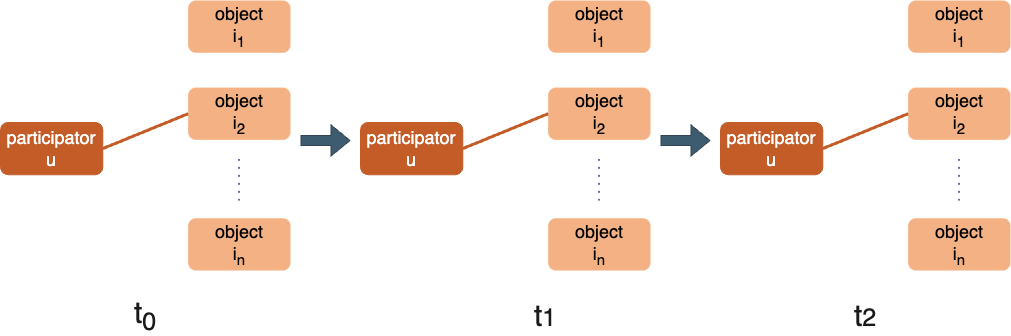
Above: figures/04_DynamicGraph.png in AnnaJiang1308/TUM-Thesis-for-Informatics-Template (draw.io), before the change. Source tidied: cells renumbered, new cells last; positions are measured from the earlier drawing's top-left corner, leaving out a move shared by most shapes.
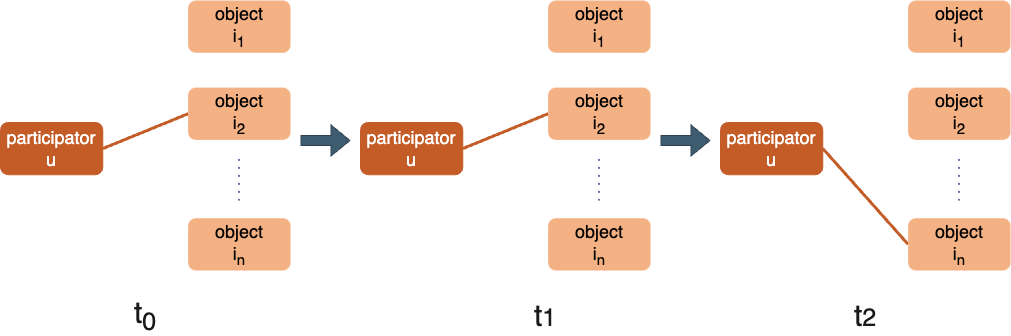
The same file after the commit.

What changed in the source:
```diff
@@ -75,31 +75,28 @@
     <mxCell id="20" value="&lt;span style=&quot;font-size: 18px;&quot;&gt;object&lt;/span&gt;&lt;div&gt;&lt;span style=&quot;font-size: 18px;&quot;&gt;i&lt;sub&gt;n&lt;/sub&gt;&lt;/span&gt;&lt;/div&gt;" style="rounded=1;whiteSpace=wrap;html=1;strokeColor=none;fillColor=#F4B183;verticalAlign=middle;" parent="14" vertex="1">
       <mxGeometry x="187.6" y="217.7" width="102.4" height="52.3" as="geometry" />
     </mxCell>
-    <mxCell id="21" style="group;verticalAlign=middle;strokeColor=none;" parent="1" vertex="1">
-      <mxGeometry x="720" width="290" height="270" as="geometry" />
-    </mxCell>
-    <mxCell id="22" value="&lt;font style=&quot;font-size: 18px;&quot;&gt;participator&lt;/font&gt;&lt;div style=&quot;font-size: 18px;&quot;&gt;u&lt;/div&gt;" style="rounded=1;whiteSpace=wrap;html=1;strokeColor=#C45C28;fillColor=#C45C28;verticalAlign=middle;fontColor=#FFFFFF;" parent="21" vertex="1">
-      <mxGeometry y="121.9" width="102.4" height="52.3" as="geometry" />
+    <mxCell id="22" value="&lt;font style=&quot;font-size: 18px;&quot;&gt;participator&lt;/font&gt;&lt;div style=&quot;font-size: 18px;&quot;&gt;u&lt;/div&gt;" style="rounded=1;whiteSpace=wrap;html=1;strokeColor=#C45C28;fillColor=#C45C28;verticalAlign=middle;fontColor=#FFFFFF;" parent="1" vertex="1">
+      <mxGeometry x="720" y="121.9" width="102.4" height="52.3" as="geometry" />
     </mxCell>
-    <mxCell id="23" value="&lt;span style=&quot;font-size: 18px;&quot;&gt;object&lt;/span&gt;&lt;div&gt;&lt;span style=&quot;font-size: 18px;&quot;&gt;i&lt;sub&gt;2&lt;/sub&gt;&lt;/span&gt;&lt;/div&gt;" style="rounded=1;whiteSpace=wrap;html=1;strokeColor=none;fillColor=#F4B183;verticalAlign=middle;" parent="21" vertex="1">
-      <mxGeometry x="187.6" y="87.1" width="102.4" height="52.3" as="geometry" />
+    <mxCell id="23" value="&lt;span style=&quot;font-size: 18px;&quot;&gt;object&lt;/span&gt;&lt;div&gt;&lt;span style=&quot;font-size: 18px;&quot;&gt;i&lt;sub&gt;2&lt;/sub&gt;&lt;/span&gt;&lt;/div&gt;" style="rounded=1;whiteSpace=wrap;html=1;strokeColor=none;fillColor=#F4B183;verticalAlign=middle;" parent="1" vertex="1">
+      <mxGeometry x="907.6" y="87.1" width="102.4" height="52.3" as="geometry" />
     </mxCell>
-    <mxCell id="24" value="&lt;span style=&quot;font-size: 18px;&quot;&gt;object&lt;/span&gt;&lt;div&gt;&lt;span style=&quot;font-size: 18px;&quot;&gt;i&lt;sub&gt;1&lt;/sub&gt;&lt;/span&gt;&lt;/div&gt;" style="rounded=1;whiteSpace=wrap;html=1;strokeColor=none;fillColor=#f4b183;verticalAlign=middle;" parent="21" vertex="1">
-      <mxGeometry x="187.6" width="102.4" height="52.3" as="geometry" />
+    <mxCell id="24" value="&lt;span style=&quot;font-size: 18px;&quot;&gt;object&lt;/span&gt;&lt;div&gt;&lt;span style=&quot;font-size: 18px;&quot;&gt;i&lt;sub&gt;1&lt;/sub&gt;&lt;/span&gt;&lt;/div&gt;" style="rounded=1;whiteSpace=wrap;html=1;strokeColor=none;fillColor=#f4b183;verticalAlign=middle;" parent="1" vertex="1">
+      <mxGeometry x="907.6" width="102.4" height="52.3" as="geometry" />
     </mxCell>
-    <mxCell id="25" style="endArrow=none;dashed=1;html=1;dashPattern=1 3;strokeWidth=2;rounded=0;strokeColor=#736CA8;fontColor=#1A1A1A;verticalAlign=middle;" parent="21" edge="1">
+    <mxCell id="25" style="endArrow=none;dashed=1;html=1;dashPattern=1 3;strokeWidth=2;rounded=0;strokeColor=#736CA8;fontColor=#1A1A1A;verticalAlign=middle;" parent="1" edge="1">
       <mxGeometry relative="1" as="geometry">
-        <mxPoint x="238.4" y="200.3" as="sourcePoint" />
-        <mxPoint x="238.4" y="156.8" as="targetPoint" />
+        <mxPoint x="958.4" y="200.3" as="sourcePoint" />
+        <mxPoint x="958.4" y="156.8" as="targetPoint" />
       </mxGeometry>
     </mxCell>
-    <mxCell id="26" style="endArrow=none;html=1;rounded=0;strokeColor=#C45C28;fontColor=#1A1A1A;entryX=0;entryY=0.5;entryDx=0;entryDy=0;fillColor=#1ba1e2;strokeWidth=3;verticalAlign=middle;" parent="21" edge="1" target="23">
+    <mxCell id="26" style="endArrow=none;html=1;rounded=0;strokeColor=#C45C28;fontColor=#1A1A1A;entryX=0;entryY=0.5;entryDx=0;entryDy=0;fillColor=#1ba1e2;strokeWidth=3;verticalAlign=middle;" parent="1" edge="1" target="27">
       <mxGeometry relative="1" as="geometry">
-        <mxPoint x="102.4" y="148.1" as="sourcePoint" />
+        <mxPoint x="822.4" y="148.1" as="sourcePoint" />
       </mxGeometry>
     </mxCell>
-    <mxCell id="27" value="&lt;span style=&quot;font-size: 18px;&quot;&gt;object&lt;/span&gt;&lt;div&gt;&lt;span style=&quot;font-size: 18px;&quot;&gt;i&lt;sub&gt;n&lt;/sub&gt;&lt;/span&gt;&lt;/div&gt;" style="rounded=1;whiteSpace=wrap;html=1;strokeColor=none;fillColor=#F4B183;verticalAlign=middle;" parent="21" vertex="1">
-      <mxGeometry x="187.6" y="217.7" width="102.4" height="52.3" as="geometry" />
+    <mxCell id="27" value="&lt;span style=&quot;font-size: 18px;&quot;&gt;object&lt;/span&gt;&lt;div&gt;&lt;span style=&quot;font-size: 18px;&quot;&gt;i&lt;sub&gt;n&lt;/sub&gt;&lt;/span&gt;&lt;/div&gt;" style="rounded=1;whiteSpace=wrap;html=1;strokeColor=none;fillColor=#F4B183;verticalAlign=middle;" parent="1" vertex="1">
+      <mxGeometry x="907.6" y="217.7" width="102.4" height="52.3" as="geometry" />
     </mxCell>
   </root>
 </mxGraphModel>
```
